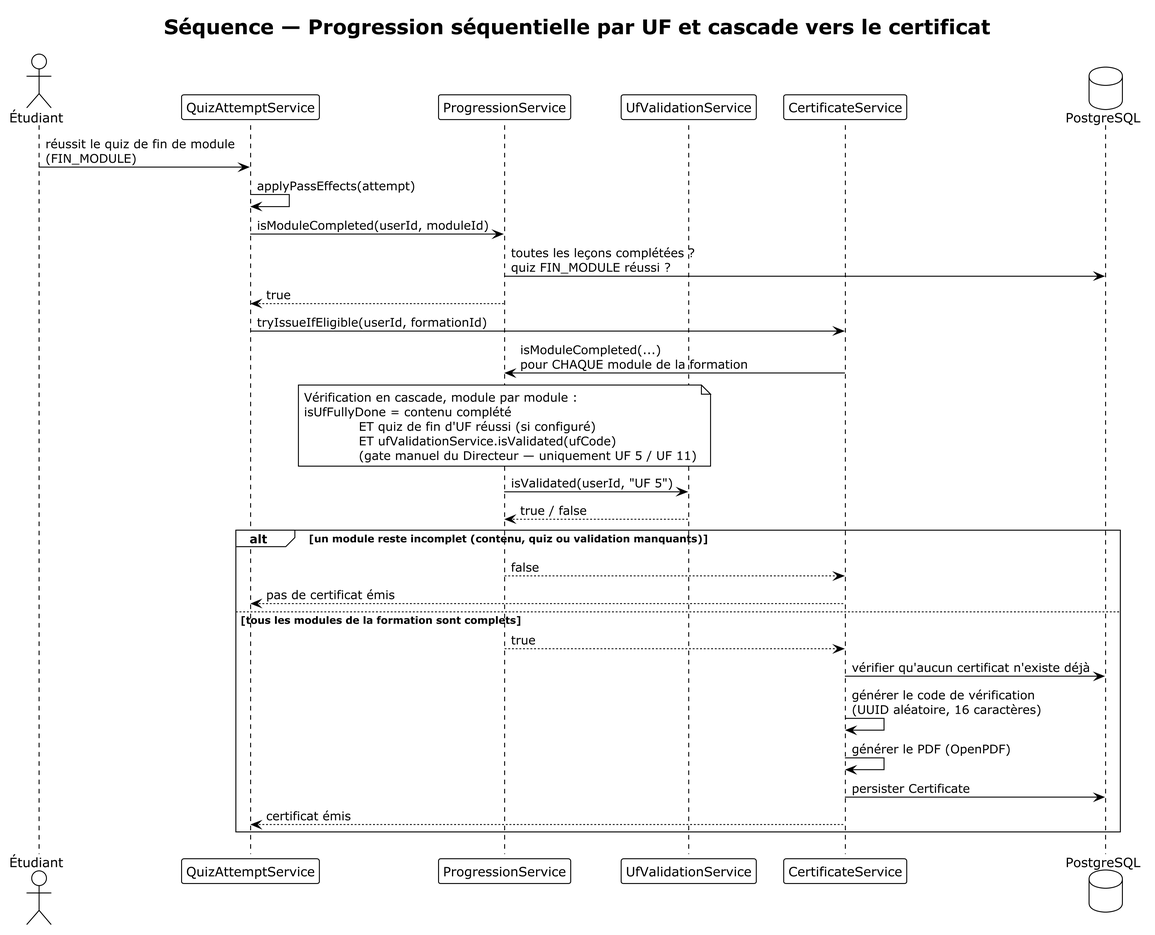
Above: diagrammes/images/diagramme_sequence_progression_uf_certificat.png in aminecharro01/E-learning (PlantUML), before the change.
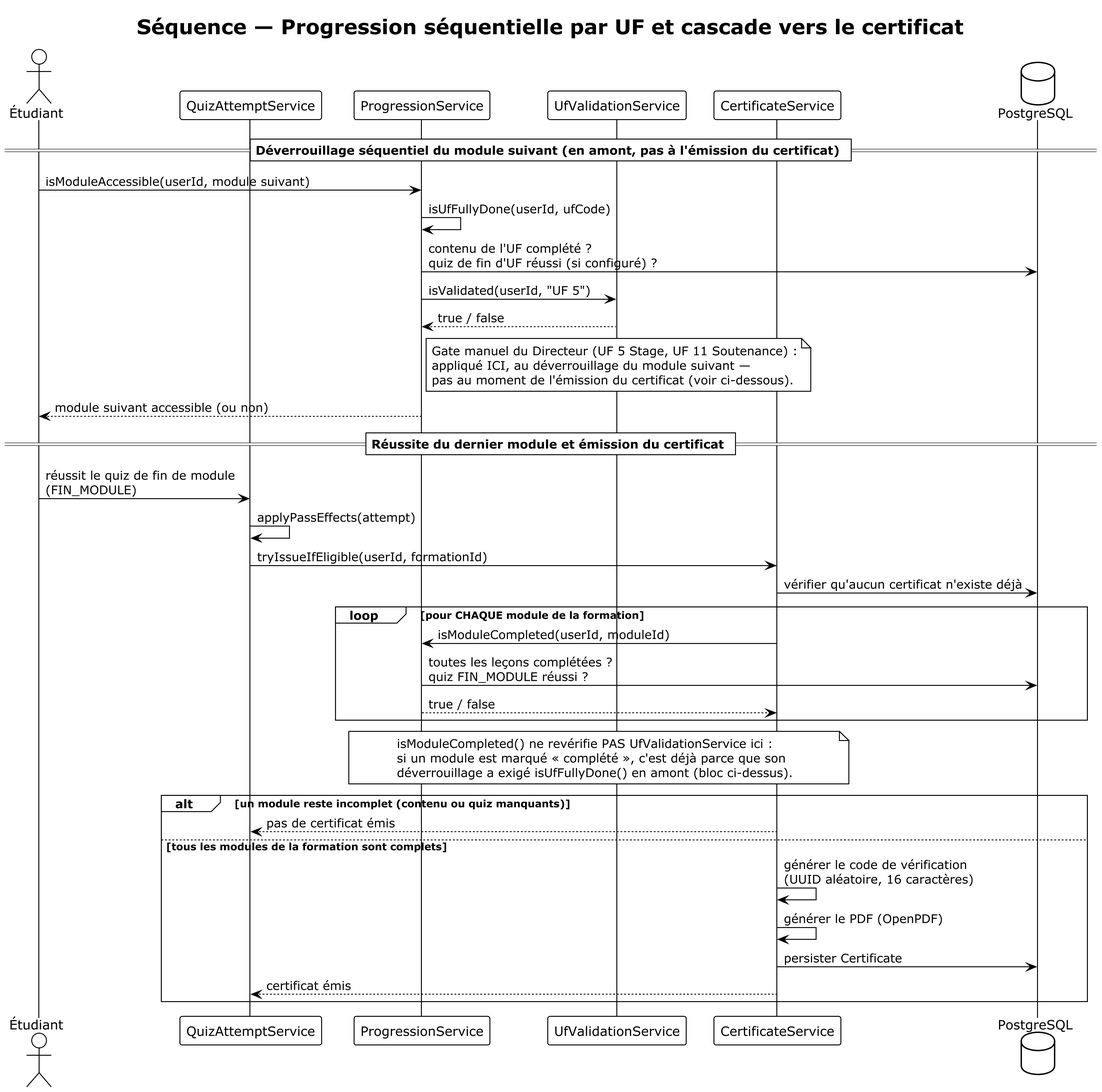
The same diagram one commit later.

What changed in the source:
```diff
@@ -10,32 +10,44 @@
 participant "CertificateService" as CertSvc
 database "PostgreSQL" as DB
 
-Étudiant -> AttemptSvc : réussit le quiz de fin de module\n(FIN_MODULE)
-AttemptSvc -> AttemptSvc : applyPassEffects(attempt)
-AttemptSvc -> Progression : isModuleCompleted(userId, moduleId)
-Progression -> DB : toutes les leçons complétées ?\nquiz FIN_MODULE réussi ?
-Progression --> AttemptSvc : true
+== Déverrouillage séquentiel du module suivant (en amont, pas à l'émission du certificat) ==
 
-AttemptSvc -> CertSvc : tryIssueIfEligible(userId, formationId)
-CertSvc -> Progression : isModuleCompleted(...)\npour CHAQUE module de la formation
-
-note over Progression
-  Vérification en cascade, module par module :
-  isUfFullyDone = contenu complété
-               ET quiz de fin d'UF réussi (si configuré)
-               ET ufValidationService.isValidated(ufCode)
-               (gate manuel du Directeur — uniquement UF 5 / UF 11)
-end note
-
+Étudiant -> Progression : isModuleAccessible(userId, module suivant)
+Progression -> Progression : isUfFullyDone(userId, ufCode)
+Progression -> DB : contenu de l'UF complété ?\nquiz de fin d'UF réussi (si configuré) ?
 Progression -> UfValidation : isValidated(userId, "UF 5")
 UfValidation --> Progression : true / false
 
-alt un module reste incomplet (contenu, quiz ou validation manquants)
-  Progression --> CertSvc : false
+note right of Progression
+  Gate manuel du Directeur (UF 5 Stage, UF 11 Soutenance) :
+  appliqué ICI, au déverrouillage du module suivant —
+  pas au moment de l'émission du certificat (voir ci-dessous).
+end note
+
+Progression --> Étudiant : module suivant accessible (ou non)
+
+== Réussite du dernier module et émission du certificat ==
+
+Étudiant -> AttemptSvc : réussit le quiz de fin de module\n(FIN_MODULE)
+AttemptSvc -> AttemptSvc : applyPassEffects(attempt)
+AttemptSvc -> CertSvc : tryIssueIfEligible(userId, formationId)
+CertSvc -> DB : vérifier qu'aucun certificat n'existe déjà
+
+loop pour CHAQUE module de la formation
+  CertSvc -> Progression : isModuleCompleted(userId, moduleId)
+  Progression -> DB : toutes les leçons complétées ?\nquiz FIN_MODULE réussi ?
+  Progression --> CertSvc : true / false
+end
+
+note over CertSvc, Progression
+  isModuleCompleted() ne revérifie PAS UfValidationService ici :
+  si un module est marqué « complété », c'est déjà parce que son
+  déverrouillage a exigé isUfFullyDone() en amont (bloc ci-dessus).
+end note
+
+alt un module reste incomplet (contenu ou quiz manquants)
   CertSvc --> AttemptSvc : pas de certificat émis
 else tous les modules de la formation sont complets
-  Progression --> CertSvc : true
-  CertSvc -> DB : vérifier qu'aucun certificat n'existe déjà
   CertSvc -> CertSvc : générer le code de vérification\n(UUID aléatoire, 16 caractères)
   CertSvc -> CertSvc : générer le PDF (OpenPDF)
   CertSvc -> DB : persister Certificate
```
